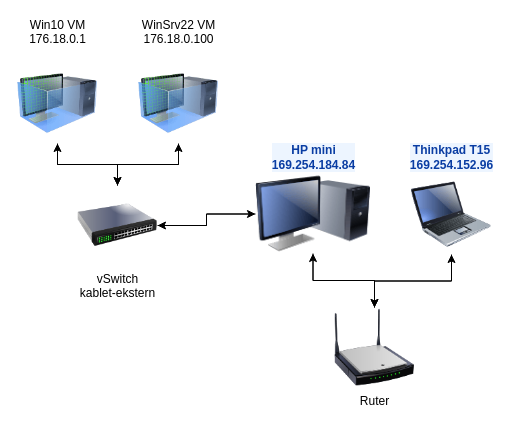
Before: nettverkskartV2_fordypning.drawio in sivertmh/sysadm_fordypning, a draw.io diagram. Source tidied: cells renumbered, new cells numbered last; positions are measured from the earlier drawing's top-left corner, leaving out a move shared by most shapes. Both pictures are drawn from the tidied source at 100%, with x=0, y=0 at pixel (17, 63).
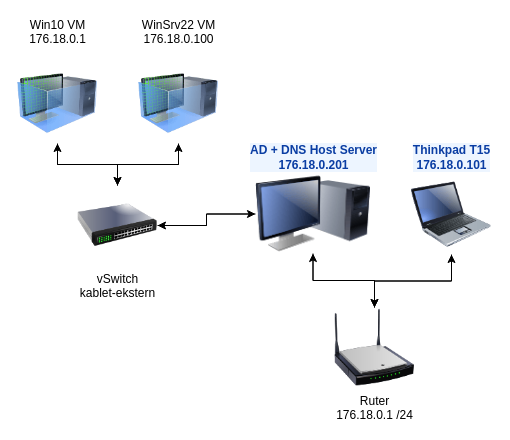
The same page after the edit.

The edit, as a diff of the source:
```diff
@@
 <mxGraphModel>
   <root>
     <mxCell id="0" />
     <mxCell id="1" parent="0" />
     <mxCell id="2" style="edgeStyle=orthogonalEdgeStyle;rounded=0;jettySize=auto;html=1;" parent="1" edge="1" source="4" target="9">
       <mxGeometry relative="1" as="geometry" />
     </mxCell>
     <mxCell id="3" style="edgeStyle=orthogonalEdgeStyle;rounded=0;jettySize=auto;html=1;" parent="1" edge="1" source="4" target="7">
       <mxGeometry relative="1" as="geometry" />
     </mxCell>
-    <mxCell id="4" value="Ruter" style="image;html=1;image=img/lib/clip_art/networking/Wireless_Router_N_128x128.png;" parent="1" vertex="1">
+    <mxCell id="4" value="&lt;div&gt;Ruter&lt;br&gt;176.18.0.1 /24&lt;/div&gt;" style="image;html=1;image=img/lib/clip_art/networking/Wireless_Router_N_128x128.png;" parent="1" vertex="1">
       <mxGeometry x="317" y="244" width="80" height="80" as="geometry" />
     </mxCell>
     <mxCell id="5" style="edgeStyle=orthogonalEdgeStyle;rounded=0;jettySize=auto;html=1;" parent="1" edge="1" source="7" target="17">
       <mxGeometry relative="1" as="geometry" />
     </mxCell>
     <mxCell id="6" style="edgeStyle=orthogonalEdgeStyle;rounded=0;jettySize=auto;html=1;" parent="1" edge="1" source="7" target="4">
       <mxGeometry relative="1" as="geometry" />
     </mxCell>
-    <mxCell id="7" value="&lt;div class=&quot;ewa-rteLine&quot;&gt;HP mini&lt;/div&gt;&lt;div class=&quot;ewa-rteLine&quot;&gt;169.254.184.84&lt;/div&gt;" style="image;html=1;image=img/lib/clip_art/computers/Monitor_Tower_128x128.png;fontFamily=Helvetica;fontSize=12;fontColor=#0A3DA3;align=center;strokeWidth=2;fillColor=#EDF5FF;fontStyle=1;verticalAlign=bottom;strokeColor=none;labelBackgroundColor=#EDF5FF;labelBorderColor=none;labelPosition=center;verticalLabelPosition=top;" parent="1" vertex="1">
+    <mxCell id="7" value="&lt;div class=&quot;ewa-rteLine&quot;&gt;AD + DNS Host Server&lt;/div&gt;&lt;div class=&quot;ewa-rteLine&quot;&gt;176.18.0.201&lt;/div&gt;" style="image;html=1;image=img/lib/clip_art/computers/Monitor_Tower_128x128.png;fontFamily=Helvetica;fontSize=12;fontColor=#0A3DA3;align=center;strokeWidth=2;fillColor=#EDF5FF;fontStyle=1;verticalAlign=bottom;strokeColor=none;labelBackgroundColor=#EDF5FF;labelBorderColor=none;labelPosition=center;verticalLabelPosition=top;" parent="1" vertex="1">
       <mxGeometry x="238" y="111" width="115" height="79" as="geometry" />
     </mxCell>
     <mxCell id="8" style="edgeStyle=orthogonalEdgeStyle;rounded=0;jettySize=auto;html=1;" parent="1" edge="1" source="9" target="4">
       <mxGeometry relative="1" as="geometry" />
     </mxCell>
-    <mxCell id="9" value="&lt;div&gt;Thinkpad T15&lt;/div&gt;&lt;div class=&quot;ewa-rteLine&quot;&gt;169.254.152.96&lt;/div&gt;" style="image;html=1;image=img/lib/clip_art/computers/Laptop_128x128.png;fontFamily=Helvetica;fontSize=12;fontColor=#0A3DA3;align=center;strokeWidth=2;fillColor=#EDF5FF;fontStyle=1;verticalAlign=bottom;strokeColor=none;labelBackgroundColor=#EDF5FF;labelBorderColor=none;labelPosition=center;verticalLabelPosition=top;" parent="1" vertex="1">
+    <mxCell id="9" value="&lt;div&gt;Thinkpad T15&lt;/div&gt;&lt;div class=&quot;ewa-rteLine&quot;&gt;176.18.0.101&lt;/div&gt;" style="image;html=1;image=img/lib/clip_art/computers/Laptop_128x128.png;fontFamily=Helvetica;fontSize=12;fontColor=#0A3DA3;align=center;strokeWidth=2;fillColor=#EDF5FF;fontStyle=1;verticalAlign=bottom;strokeColor=none;labelBackgroundColor=#EDF5FF;labelBorderColor=none;labelPosition=center;verticalLabelPosition=top;" parent="1" vertex="1">
       <mxGeometry x="394" y="111" width="80" height="80" as="geometry" />
     </mxCell>
     <mxCell id="10" style="edgeStyle=orthogonalEdgeStyle;rounded=0;jettySize=auto;html=1;" parent="1" edge="1" source="11" target="17">
       <mxGeometry relative="1" as="geometry" />
     </mxCell>
     <mxCell id="11" value="&lt;div&gt;Win10 VM&lt;/div&gt;&lt;div&gt;&lt;div class=&quot;ewa-rteLine&quot;&gt;176.18.0.1&lt;/div&gt;&lt;br&gt;&lt;/div&gt;" style="image;html=1;image=img/lib/clip_art/computers/Virtual_Machine_128x128.png;labelPosition=center;verticalLabelPosition=top;align=center;verticalAlign=bottom;" parent="1" vertex="1">
       <mxGeometry width="80" height="80" as="geometry" />
     </mxCell>
     <mxCell id="12" style="edgeStyle=orthogonalEdgeStyle;rounded=0;jettySize=auto;html=1;" parent="1" edge="1" source="13" target="17">
       <mxGeometry relative="1" as="geometry" />
     </mxCell>
     <mxCell id="13" value="&lt;div&gt;WinSrv22 VM&lt;/div&gt;&lt;div&gt;&lt;div class=&quot;ewa-rteLine&quot;&gt;176.18.0.100&lt;/div&gt;&lt;br&gt;&lt;/div&gt;" style="image;html=1;image=img/lib/clip_art/computers/Virtual_Machine_128x128.png;labelPosition=center;verticalLabelPosition=top;align=center;verticalAlign=bottom;" parent="1" vertex="1">
       <mxGeometry x="121" width="80" height="80" as="geometry" />
     </mxCell>
     <mxCell id="14" style="edgeStyle=orthogonalEdgeStyle;rounded=0;jettySize=auto;html=1;" parent="1" edge="1" source="17" target="11">
       <mxGeometry relative="1" as="geometry" />
     </mxCell>
     <mxCell id="15" style="edgeStyle=orthogonalEdgeStyle;rounded=0;jettySize=auto;html=1;" parent="1" edge="1" source="17" target="13">
       <mxGeometry relative="1" as="geometry" />
     </mxCell>
     <mxCell id="16" style="edgeStyle=orthogonalEdgeStyle;rounded=0;jettySize=auto;html=1;" parent="1" edge="1" source="17" target="7">
       <mxGeometry relative="1" as="geometry" />
     </mxCell>
     <mxCell id="17" value="&lt;div&gt;vSwitch&lt;/div&gt;&lt;div&gt;kablet-ekstern&lt;/div&gt;" style="image;html=1;image=img/lib/clip_art/networking/Switch_128x128.png;" parent="1" vertex="1">
       <mxGeometry x="60" y="122" width="80" height="80" as="geometry" />
     </mxCell>
   </root>
 </mxGraphModel>
```
